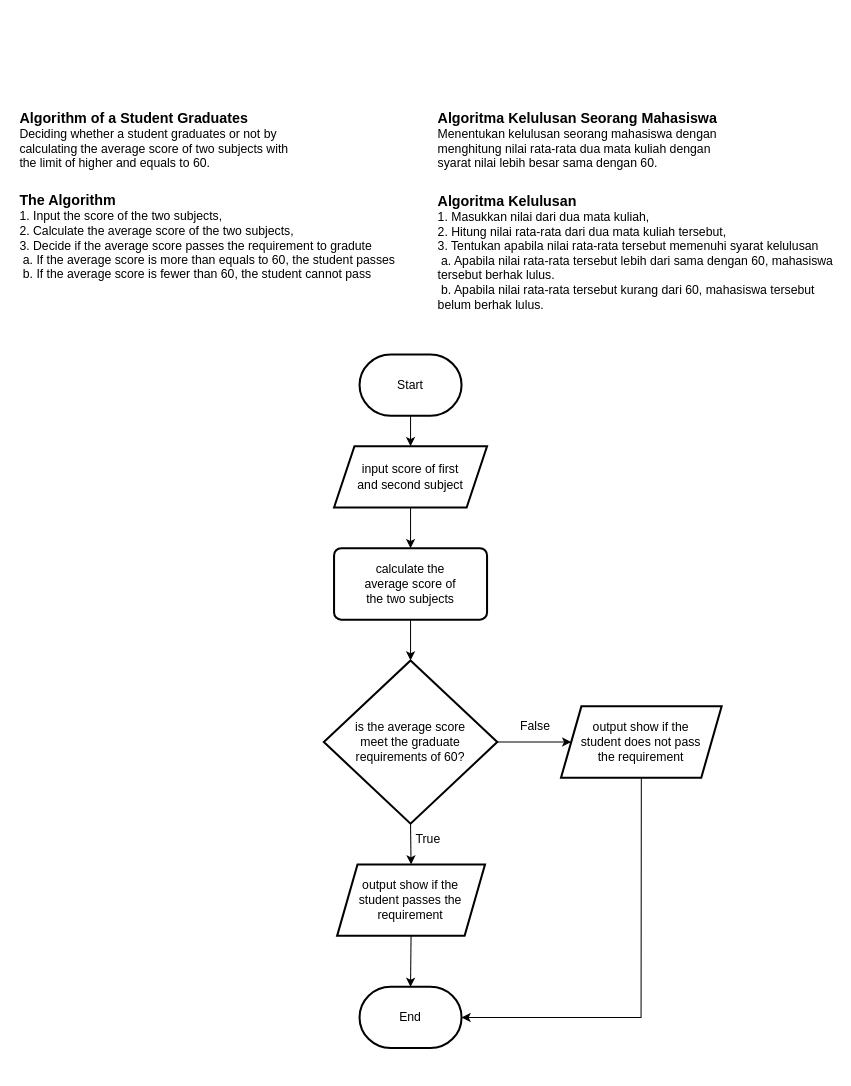
The draw.io diagram Untitled Diagram.drawio in troders34/troders34, before the edit. Source tidied: cells renumbered, new cells numbered last; positions are measured from the earlier drawing's top-left corner, leaving out a move shared by most shapes. Both pictures are drawn from the tidied source at 102%, with x=0, y=0 at pixel (17, 109).
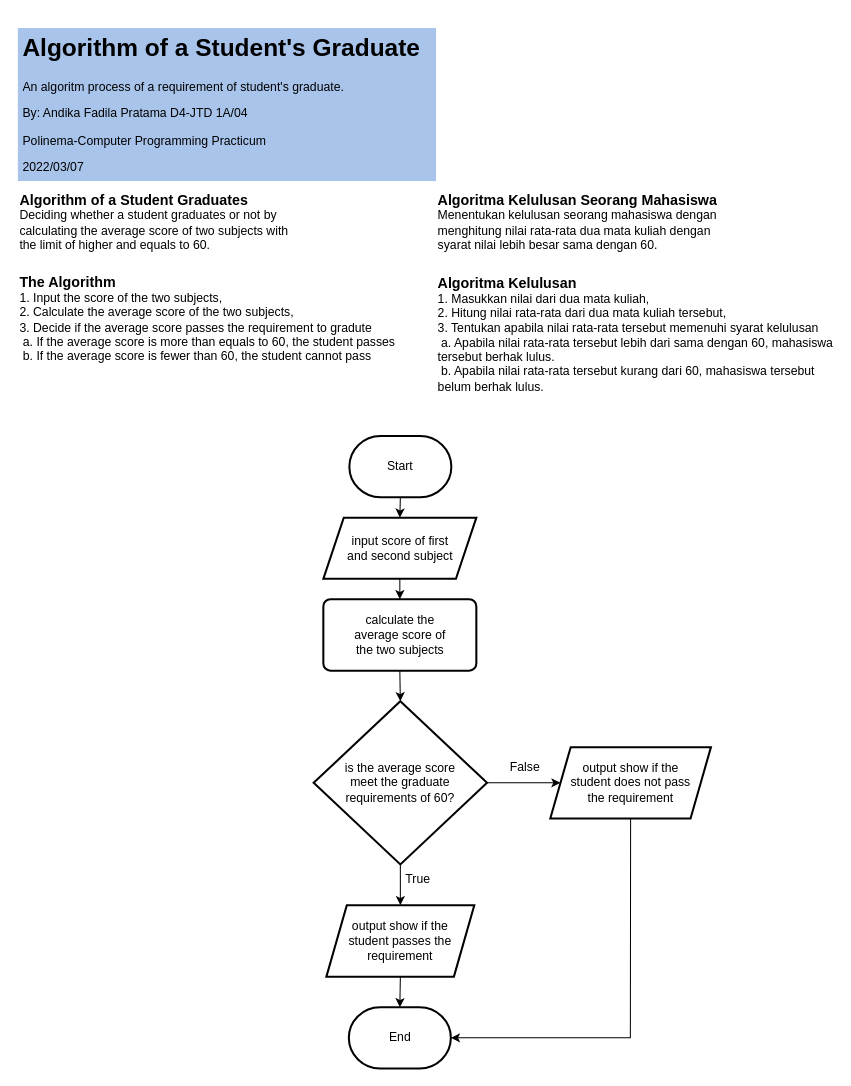
After the change.

Commit message:
Algorithm of a Student Graduate.drawio

The edit, as a diff of the source:
```diff
@@
     <mxCell id="2" value="&lt;div align=&quot;left&quot;&gt;&lt;font size=&quot;1&quot;&gt;&lt;b style=&quot;font-size: 14px&quot;&gt;Algoritma Kelulusan Seorang Mahasiswa&lt;/b&gt;&lt;/font&gt;&lt;br&gt;&lt;/div&gt;&lt;div align=&quot;left&quot;&gt;Menentukan kelulusan seorang mahasiswa dengan menghitung nilai rata-rata dua mata kuliah dengan syarat nilai lebih besar sama dengan 60.&lt;/div&gt;" style="text;html=1;strokeColor=none;fillColor=none;align=left;verticalAlign=middle;whiteSpace=wrap;rounded=0;" parent="1" vertex="1">
-      <mxGeometry x="410" width="290" height="60" as="geometry" />
+      <mxGeometry x="410" y="80" width="290" height="60" as="geometry" />
     </mxCell>
     <mxCell id="3" value="&lt;div align=&quot;left&quot;&gt;&lt;font size=&quot;1&quot;&gt;&lt;b style=&quot;font-size: 14px&quot;&gt;Algorithm of a Student Graduates&lt;/b&gt;&lt;/font&gt;&lt;br&gt;&lt;/div&gt;&lt;div align=&quot;left&quot;&gt;Deciding whether a student graduates or not by calculating the average score of two subjects with the limit of higher and equals to 60.&lt;/div&gt;" style="text;html=1;strokeColor=none;fillColor=none;align=left;verticalAlign=middle;whiteSpace=wrap;rounded=0;" parent="1" vertex="1">
-      <mxGeometry width="270" height="60" as="geometry" />
+      <mxGeometry y="80" width="270" height="60" as="geometry" />
     </mxCell>
     <mxCell id="4" value="&lt;div align=&quot;left&quot;&gt;&lt;b&gt;The Algorithm&lt;/b&gt;&lt;/div&gt;&lt;div style=&quot;font-size: 12px&quot; align=&quot;left&quot;&gt;&lt;font style=&quot;font-size: 12px&quot;&gt;1. Input the score of the two subjects,&lt;/font&gt;&lt;/div&gt;&lt;div style=&quot;font-size: 12px&quot; align=&quot;left&quot;&gt;&lt;font style=&quot;font-size: 12px&quot;&gt;2. Calculate the average score of the two subjects,&lt;/font&gt;&lt;/div&gt;&lt;div style=&quot;font-size: 12px&quot; align=&quot;left&quot;&gt;&lt;font style=&quot;font-size: 12px&quot;&gt;3. Decide if the average score passes the requirement to gradute&lt;/font&gt;&lt;/div&gt;&lt;div style=&quot;font-size: 12px&quot; align=&quot;left&quot;&gt;&lt;span style=&quot;white-space: pre&quot;&gt; &lt;/span&gt;a. If the average score is more than equals to 60, the student passes&lt;/div&gt;&lt;div style=&quot;font-size: 12px&quot; align=&quot;left&quot;&gt;&lt;span style=&quot;white-space: pre&quot;&gt; &lt;/span&gt;b. If the average score is fewer than 60, the student cannot pass&lt;br&gt;&lt;/div&gt;" style="text;html=1;strokeColor=none;fillColor=none;align=left;verticalAlign=middle;whiteSpace=wrap;rounded=0;fontSize=14;" parent="1" vertex="1">
-      <mxGeometry y="80" width="410" height="90" as="geometry" />
+      <mxGeometry y="160" width="410" height="90" as="geometry" />
     </mxCell>
     <mxCell id="5" value="&lt;div align=&quot;left&quot;&gt;&lt;b&gt;Algoritma Kelulusan&lt;/b&gt;&lt;br&gt;&lt;/div&gt;&lt;div style=&quot;font-size: 12px&quot; align=&quot;left&quot;&gt;&lt;font style=&quot;font-size: 12px&quot;&gt;1. Masukkan nilai dari dua mata kuliah,&lt;/font&gt;&lt;/div&gt;&lt;div style=&quot;font-size: 12px&quot; align=&quot;left&quot;&gt;&lt;font style=&quot;font-size: 12px&quot;&gt;2. Hitung nilai rata-rata dari dua mata kuliah tersebut,&lt;/font&gt;&lt;/div&gt;&lt;div style=&quot;font-size: 12px&quot; align=&quot;left&quot;&gt;&lt;font style=&quot;font-size: 12px&quot;&gt;3. Tentukan apabila nilai rata-rata tersebut memenuhi syarat kelulusan&lt;/font&gt;&lt;/div&gt;&lt;div style=&quot;font-size: 12px&quot; align=&quot;left&quot;&gt;&lt;span style=&quot;white-space: pre&quot;&gt; &lt;/span&gt;a. Apabila nilai rata-rata tersebut lebih dari sama dengan 60, mahasiswa tersebut berhak lulus.&lt;/div&gt;&lt;div style=&quot;font-size: 12px&quot; align=&quot;left&quot;&gt;&lt;span style=&quot;white-space: pre&quot;&gt; &lt;/span&gt;b. Apabila nilai rata-rata tersebut kurang dari 60, mahasiswa tersebut belum berhak lulus.&lt;br&gt;&lt;/div&gt;" style="text;html=1;strokeColor=none;fillColor=none;align=left;verticalAlign=middle;whiteSpace=wrap;rounded=0;fontSize=14;" parent="1" vertex="1">
-      <mxGeometry x="410" y="80" width="390" height="120" as="geometry" />
+      <mxGeometry x="410" y="160" width="390" height="120" as="geometry" />
     </mxCell>
     <mxCell id="6" style="strokeWidth=2;html=1;shape=mxgraph.flowchart.terminator;whiteSpace=wrap;fontSize=12;" parent="1" vertex="1">
-      <mxGeometry x="335" y="240" width="100" height="60" as="geometry" />
+      <mxGeometry x="325" y="320" width="100" height="60" as="geometry" />
     </mxCell>
     <mxCell id="7" value="Start" style="text;html=1;strokeColor=none;fillColor=none;align=center;verticalAlign=middle;whiteSpace=wrap;rounded=0;fontSize=12;" parent="1" vertex="1">
-      <mxGeometry x="355" y="255" width="60" height="30" as="geometry" />
+      <mxGeometry x="345" y="335" width="60" height="30" as="geometry" />
     </mxCell>
@@
     <mxCell id="9" style="shape=parallelogram;perimeter=parallelogramPerimeter;whiteSpace=wrap;html=1;fixedSize=1;fontSize=12;strokeWidth=2;" parent="1" vertex="1">
-      <mxGeometry x="310" y="330" width="150" height="60" as="geometry" />
+      <mxGeometry x="299.5" y="400" width="150" height="60" as="geometry" />
     </mxCell>
     <mxCell id="10" value="input score of first and second subject " style="text;html=1;strokeColor=none;fillColor=none;align=center;verticalAlign=middle;whiteSpace=wrap;rounded=0;fontSize=12;" parent="1" vertex="1">
-      <mxGeometry x="330" y="345" width="110" height="30" as="geometry" />
+      <mxGeometry x="319.5" y="415" width="110" height="30" as="geometry" />
     </mxCell>
@@
     <mxCell id="12" style="rounded=1;whiteSpace=wrap;html=1;absoluteArcSize=1;arcSize=14;strokeWidth=2;fontSize=12;" parent="1" vertex="1">
-      <mxGeometry x="310" y="430" width="150" height="70" as="geometry" />
+      <mxGeometry x="299.5" y="480" width="150" height="70" as="geometry" />
     </mxCell>
     <mxCell id="13" value="calculate the average score of the two subjects" style="text;html=1;strokeColor=none;fillColor=none;align=center;verticalAlign=middle;whiteSpace=wrap;rounded=0;fontSize=12;" parent="1" vertex="1">
-      <mxGeometry x="330" y="450" width="110" height="30" as="geometry" />
+      <mxGeometry x="320" y="500" width="110" height="30" as="geometry" />
     </mxCell>
     <mxCell id="14" style="strokeWidth=2;html=1;shape=mxgraph.flowchart.decision;whiteSpace=wrap;fontSize=12;" parent="1" vertex="1">
-      <mxGeometry x="300" y="540" width="170" height="160" as="geometry" />
+      <mxGeometry x="290" y="580" width="170" height="160" as="geometry" />
     </mxCell>
     <mxCell id="15" value="is the average score meet the graduate requirements of 60?" style="text;html=1;strokeColor=none;fillColor=none;align=center;verticalAlign=middle;whiteSpace=wrap;rounded=0;fontSize=12;" parent="1" vertex="1">
-      <mxGeometry x="325" y="605" width="120" height="30" as="geometry" />
+      <mxGeometry x="314.5" y="645" width="120" height="30" as="geometry" />
     </mxCell>
@@
     <mxCell id="18" style="shape=parallelogram;perimeter=parallelogramPerimeter;whiteSpace=wrap;html=1;fixedSize=1;fontSize=12;strokeWidth=2;" parent="1" vertex="1">
-      <mxGeometry x="313" y="740" width="145" height="70" as="geometry" />
+      <mxGeometry x="302.5" y="780" width="145" height="70" as="geometry" />
     </mxCell>
     <mxCell id="19" value="output show if the student passes the requirement" style="text;html=1;strokeColor=none;fillColor=none;align=center;verticalAlign=middle;whiteSpace=wrap;rounded=0;fontSize=12;" parent="1" vertex="1">
-      <mxGeometry x="330" y="750" width="110" height="50" as="geometry" />
+      <mxGeometry x="320" y="790" width="110" height="50" as="geometry" />
     </mxCell>
     <mxCell id="20" value="True" style="text;html=1;strokeColor=none;fillColor=none;align=center;verticalAlign=middle;whiteSpace=wrap;rounded=0;fontSize=12;" parent="1" vertex="1">
-      <mxGeometry x="385" y="700" width="35" height="30" as="geometry" />
+      <mxGeometry x="374.5" y="740" width="35" height="30" as="geometry" />
     </mxCell>
     <mxCell id="21" style="shape=parallelogram;perimeter=parallelogramPerimeter;whiteSpace=wrap;html=1;fixedSize=1;fontSize=12;strokeWidth=2;" parent="1" vertex="1">
-      <mxGeometry x="532.5" y="585" width="157.5" height="70" as="geometry" />
+      <mxGeometry x="522" y="625" width="157.5" height="70" as="geometry" />
     </mxCell>
@@
     <mxCell id="23" value="output show if the student does not pass the requirement" style="text;html=1;strokeColor=none;fillColor=none;align=center;verticalAlign=middle;whiteSpace=wrap;rounded=0;fontSize=12;" parent="1" vertex="1">
-      <mxGeometry x="546.2" y="595" width="130" height="50" as="geometry" />
+      <mxGeometry x="535.8" y="635" width="130" height="50" as="geometry" />
     </mxCell>
     <mxCell id="24" style="strokeWidth=2;html=1;shape=mxgraph.flowchart.terminator;whiteSpace=wrap;fontSize=12;" parent="1" vertex="1">
-      <mxGeometry x="335" y="860" width="100" height="60" as="geometry" />
+      <mxGeometry x="324.5" y="880" width="100" height="60" as="geometry" />
     </mxCell>
@@
     <mxCell id="26" value="End" style="text;html=1;strokeColor=none;fillColor=none;align=center;verticalAlign=middle;whiteSpace=wrap;rounded=0;fontSize=12;" parent="1" vertex="1">
-      <mxGeometry x="355" y="875" width="60" height="30" as="geometry" />
+      <mxGeometry x="344.5" y="895" width="60" height="30" as="geometry" />
     </mxCell>
     <mxCell id="27" style="endArrow=classic;html=1;rounded=0;fontSize=12;exitX=0.5;exitY=1;exitDx=0;exitDy=0;entryX=1;entryY=0.5;entryDx=0;entryDy=0;entryPerimeter=0;" parent="1" edge="1" source="21" target="24">
       <mxGeometry relative="1" as="geometry">
         <Array as="points">
-          <mxPoint x="611" y="890" />
+          <mxPoint x="600.5" y="910" />
         </Array>
       </mxGeometry>
     </mxCell>
     <mxCell id="28" value="False" style="text;html=1;strokeColor=none;fillColor=none;align=center;verticalAlign=middle;whiteSpace=wrap;rounded=0;fontSize=12;" parent="1" vertex="1">
-      <mxGeometry x="490" y="590" width="35" height="30" as="geometry" />
+      <mxGeometry x="479.5" y="630" width="35" height="30" as="geometry" />
     </mxCell>
+    <mxCell id="29" value="&lt;p style=&quot;line-height: 0.5&quot;&gt;&lt;/p&gt;&lt;h1&gt;Algorithm of a Student's Graduate&lt;br&gt;&lt;/h1&gt;&lt;p&gt;An algoritm process of a requirement of student's graduate. &lt;br&gt;&lt;/p&gt;&lt;p&gt;By: Andika Fadila Pratama D4-JTD 1A/04&lt;/p&gt;&lt;p&gt;Polinema-Computer Programming Practicum&lt;/p&gt;&lt;p&gt;2022/03/07&lt;br&gt;&lt;/p&gt;&lt;p&gt;&lt;/p&gt;" style="text;html=1;strokeColor=none;fillColor=#A9C4EB;spacing=5;spacingTop=-20;whiteSpace=wrap;overflow=hidden;rounded=0;fontSize=12;" parent="1" vertex="1">
+      <mxGeometry y="-80" width="410" height="150" as="geometry" />
+    </mxCell>
```
